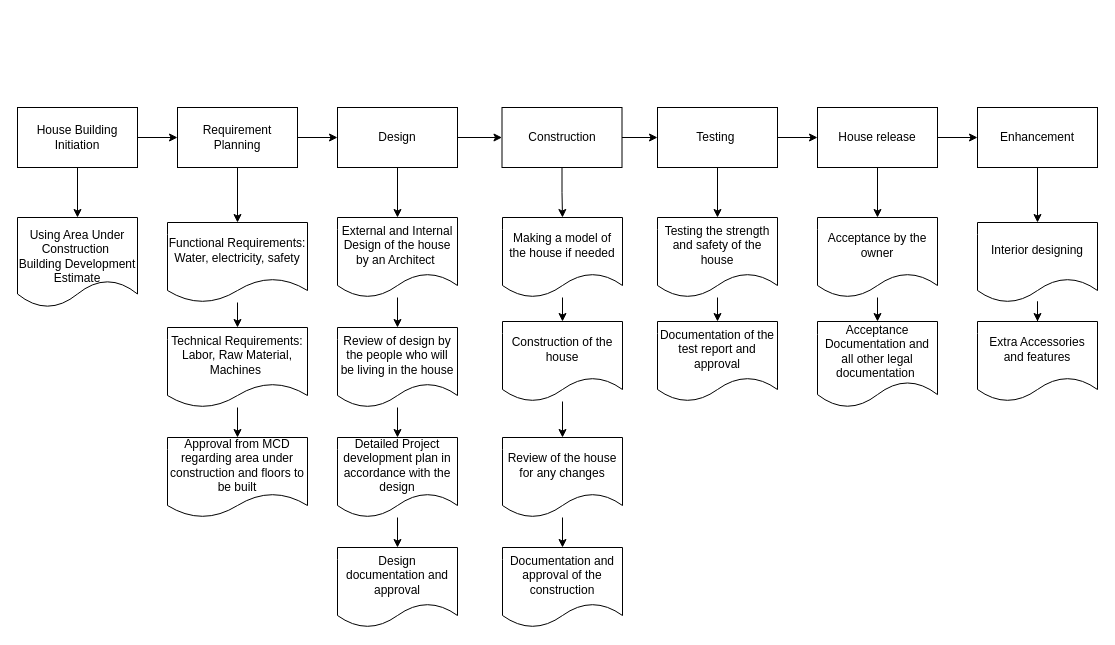
Before: SDLC for building a house.drawio in YatinBajajOP/SEPM, a draw.io diagram. Source tidied: cells renumbered, new cells numbered last; positions are measured from the earlier drawing's top-left corner, leaving out a move shared by most shapes. Both pictures are drawn from the tidied source at 100%, with x=0, y=0 at pixel (17, 107).
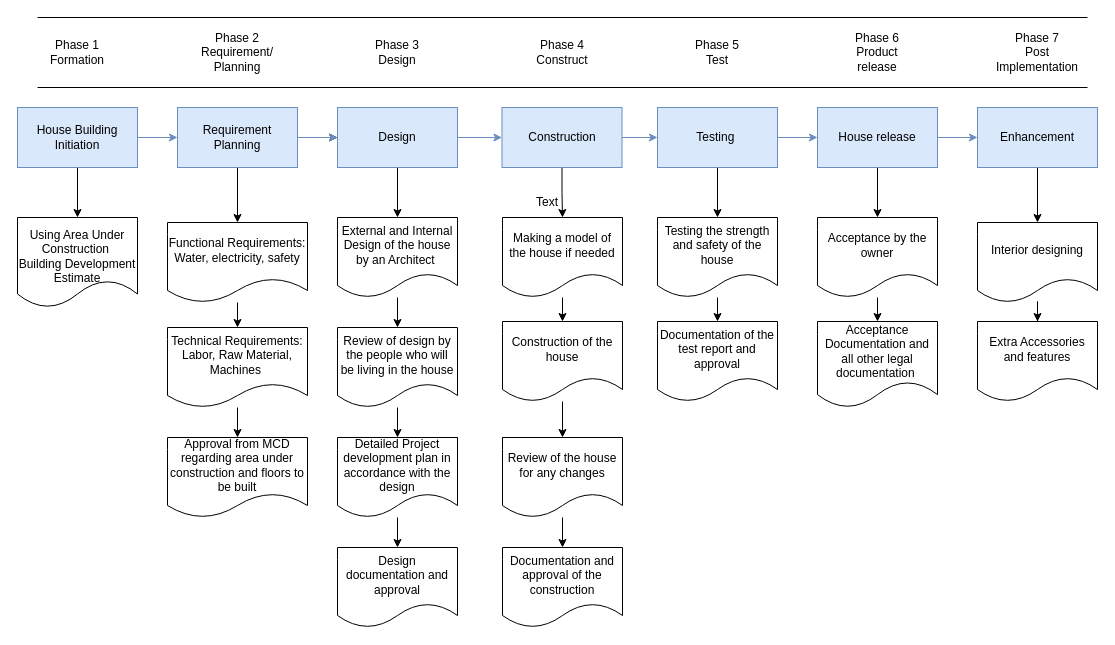
The same diagram, later.

What changed in the source:
```diff
@@
-    <mxCell id="2" style="edgeStyle=orthogonalEdgeStyle;rounded=0;jettySize=auto;html=1;" parent="1" edge="1" source="4" target="7">
+    <mxCell id="2" style="edgeStyle=orthogonalEdgeStyle;rounded=0;jettySize=auto;html=1;fillColor=#dae8fc;strokeColor=#6c8ebf;" parent="1" edge="1" source="4" target="7">
       <mxGeometry relative="1" as="geometry" />
     </mxCell>
@@
-    <mxCell id="4" value="House Building Initiation" style="rounded=0;whiteSpace=wrap;html=1;" parent="1" vertex="1">
+    <mxCell id="4" value="House Building Initiation" style="rounded=0;whiteSpace=wrap;html=1;fillColor=#dae8fc;strokeColor=#6c8ebf;" parent="1" vertex="1">
       <mxGeometry width="120" height="60" as="geometry" />
     </mxCell>
@@
+    <mxCell id="51" style="edgeStyle=orthogonalEdgeStyle;rounded=0;jettySize=auto;html=1;fillColor=#dae8fc;strokeColor=#6c8ebf;" parent="1" edge="1" source="7" target="10">
+      <mxGeometry relative="1" as="geometry" />
+    </mxCell>
-    <mxCell id="7" value="Requirement&lt;br&gt;Planning" style="rounded=0;whiteSpace=wrap;html=1;" parent="1" vertex="1">
+    <mxCell id="7" value="Requirement&lt;br&gt;Planning" style="rounded=0;whiteSpace=wrap;html=1;fillColor=#dae8fc;strokeColor=#6c8ebf;" parent="1" vertex="1">
       <mxGeometry x="160" width="120" height="60" as="geometry" />
     </mxCell>
@@
-    <mxCell id="9" style="edgeStyle=orthogonalEdgeStyle;rounded=0;jettySize=auto;html=1;" parent="1" edge="1" source="10" target="25">
+    <mxCell id="9" style="edgeStyle=orthogonalEdgeStyle;rounded=0;jettySize=auto;html=1;fillColor=#dae8fc;strokeColor=#6c8ebf;" parent="1" edge="1" source="10" target="25">
       <mxGeometry relative="1" as="geometry" />
     </mxCell>
-    <mxCell id="10" value="Design" style="rounded=0;whiteSpace=wrap;html=1;" parent="1" vertex="1">
+    <mxCell id="10" value="Design" style="rounded=0;whiteSpace=wrap;html=1;fillColor=#dae8fc;strokeColor=#6c8ebf;" parent="1" vertex="1">
       <mxGeometry x="320" width="120" height="60" as="geometry" />
     </mxCell>
@@
-    <mxCell id="24" style="edgeStyle=orthogonalEdgeStyle;rounded=0;jettySize=auto;html=1;" parent="1" edge="1" source="25" target="34">
+    <mxCell id="24" style="edgeStyle=orthogonalEdgeStyle;rounded=0;jettySize=auto;html=1;fillColor=#dae8fc;strokeColor=#6c8ebf;" parent="1" edge="1" source="25" target="34">
       <mxGeometry relative="1" as="geometry" />
     </mxCell>
-    <mxCell id="25" value="Construction" style="rounded=0;whiteSpace=wrap;html=1;" parent="1" vertex="1">
+    <mxCell id="25" value="Construction" style="rounded=0;whiteSpace=wrap;html=1;fillColor=#dae8fc;strokeColor=#6c8ebf;" parent="1" vertex="1">
       <mxGeometry x="484.5" width="120" height="60" as="geometry" />
     </mxCell>
@@
-    <mxCell id="33" style="edgeStyle=orthogonalEdgeStyle;rounded=0;jettySize=auto;html=1;" parent="1" edge="1" source="34" target="42">
+    <mxCell id="33" style="edgeStyle=orthogonalEdgeStyle;rounded=0;jettySize=auto;html=1;fillColor=#dae8fc;strokeColor=#6c8ebf;" parent="1" edge="1" source="34" target="42">
       <mxGeometry relative="1" as="geometry" />
     </mxCell>
-    <mxCell id="34" value="Testing&amp;nbsp;" style="rounded=0;whiteSpace=wrap;html=1;" parent="1" vertex="1">
+    <mxCell id="34" value="Testing&amp;nbsp;" style="rounded=0;whiteSpace=wrap;html=1;fillColor=#dae8fc;strokeColor=#6c8ebf;" parent="1" vertex="1">
       <mxGeometry x="640" width="120" height="60" as="geometry" />
     </mxCell>
@@
-    <mxCell id="41" style="edgeStyle=orthogonalEdgeStyle;rounded=0;jettySize=auto;html=1;" parent="1" edge="1" source="42" target="47">
+    <mxCell id="41" style="edgeStyle=orthogonalEdgeStyle;rounded=0;jettySize=auto;html=1;fillColor=#dae8fc;strokeColor=#6c8ebf;" parent="1" edge="1" source="42" target="47">
       <mxGeometry relative="1" as="geometry" />
     </mxCell>
-    <mxCell id="42" value="House release" style="whiteSpace=wrap;html=1;rounded=0;" parent="1" vertex="1">
+    <mxCell id="42" value="House release" style="whiteSpace=wrap;html=1;rounded=0;fillColor=#dae8fc;strokeColor=#6c8ebf;" parent="1" vertex="1">
       <mxGeometry x="800" width="120" height="60" as="geometry" />
     </mxCell>
@@
-    <mxCell id="47" value="Enhancement" style="whiteSpace=wrap;html=1;rounded=0;" parent="1" vertex="1">
+    <mxCell id="47" value="Enhancement" style="whiteSpace=wrap;html=1;rounded=0;fillColor=#dae8fc;strokeColor=#6c8ebf;" parent="1" vertex="1">
       <mxGeometry x="960" width="120" height="60" as="geometry" />
     </mxCell>
@@
+    <mxCell id="52" value="Text" style="text;html=1;strokeColor=none;fillColor=none;align=center;verticalAlign=middle;whiteSpace=wrap;rounded=0;" parent="1" vertex="1">
+      <mxGeometry x="500" y="80" width="60" height="30" as="geometry" />
+    </mxCell>
+    <mxCell id="53" value="Phase 1&lt;br&gt;Formation" style="text;html=1;strokeColor=none;fillColor=none;align=center;verticalAlign=middle;whiteSpace=wrap;rounded=0;" parent="1" vertex="1">
+      <mxGeometry x="30" y="-70" width="60" height="30" as="geometry" />
+    </mxCell>
+    <mxCell id="54" value="Phase 2&lt;br&gt;Requirement/ Planning" style="text;html=1;strokeColor=none;fillColor=none;align=center;verticalAlign=middle;whiteSpace=wrap;rounded=0;" parent="1" vertex="1">
+      <mxGeometry x="190" y="-70" width="60" height="30" as="geometry" />
+    </mxCell>
+    <mxCell id="55" value="Phase 3&lt;br&gt;Design" style="text;html=1;strokeColor=none;fillColor=none;align=center;verticalAlign=middle;whiteSpace=wrap;rounded=0;" parent="1" vertex="1">
+      <mxGeometry x="350" y="-70" width="60" height="30" as="geometry" />
+    </mxCell>
+    <mxCell id="56" value="Phase 4&lt;br&gt;Construct" style="text;html=1;strokeColor=none;fillColor=none;align=center;verticalAlign=middle;whiteSpace=wrap;rounded=0;" parent="1" vertex="1">
+      <mxGeometry x="515" y="-70" width="60" height="30" as="geometry" />
+    </mxCell>
+    <mxCell id="57" value="Phase 5&lt;br&gt;Test" style="text;html=1;strokeColor=none;fillColor=none;align=center;verticalAlign=middle;whiteSpace=wrap;rounded=0;" parent="1" vertex="1">
+      <mxGeometry x="670" y="-70" width="60" height="30" as="geometry" />
+    </mxCell>
+    <mxCell id="58" value="Phase 6&lt;br&gt;Product release" style="text;html=1;strokeColor=none;fillColor=none;align=center;verticalAlign=middle;whiteSpace=wrap;rounded=0;" parent="1" vertex="1">
+      <mxGeometry x="830" y="-70" width="60" height="30" as="geometry" />
+    </mxCell>
+    <mxCell id="59" value="Phase 7&lt;br&gt;Post Implementation" style="text;html=1;strokeColor=none;fillColor=none;align=center;verticalAlign=middle;whiteSpace=wrap;rounded=0;" parent="1" vertex="1">
+      <mxGeometry x="990" y="-70" width="60" height="30" as="geometry" />
+    </mxCell>
+    <mxCell id="60" style="endArrow=none;html=1;rounded=0;" parent="1" edge="1">
+      <mxGeometry relative="1" as="geometry">
+        <mxPoint x="20" y="-90" as="sourcePoint" />
+        <mxPoint x="1070" y="-90" as="targetPoint" />
+      </mxGeometry>
+    </mxCell>
+    <mxCell id="61" style="endArrow=none;html=1;rounded=0;" parent="1" edge="1">
+      <mxGeometry relative="1" as="geometry">
+        <mxPoint x="20" y="-20" as="sourcePoint" />
+        <mxPoint x="1070" y="-20" as="targetPoint" />
+      </mxGeometry>
+    </mxCell>
```
